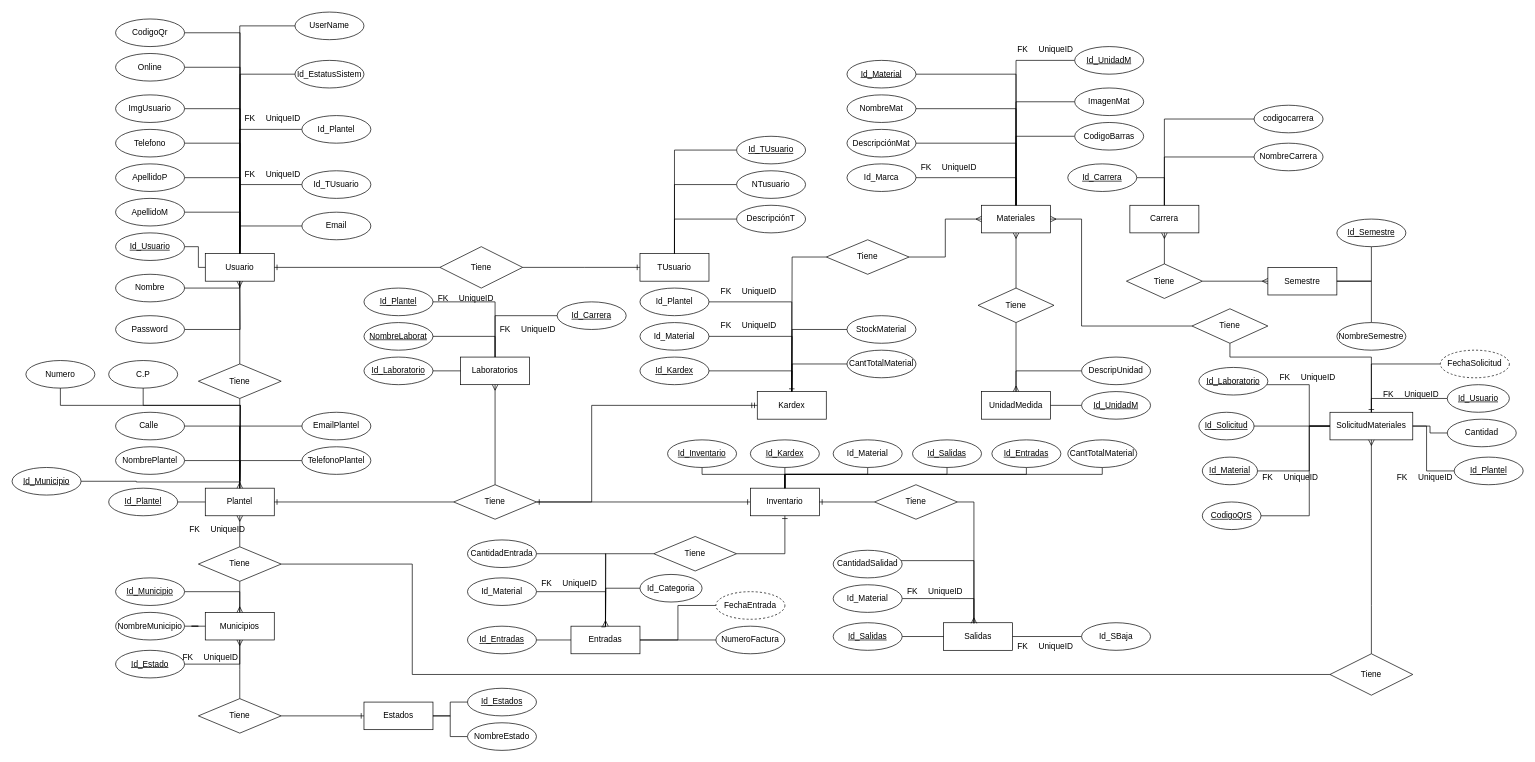
JlchavezG/ContruccionBd keeps this draw.io diagram as page "Modelo_Entidad_Relacion" (1 of 2) of SistemBd/Mysql/Diagrama sin título.drawio. Above is the earlier version. Source tidied: cells renumbered, new cells numbered last; positions are measured from the earlier drawing's top-left corner, leaving out a move shared by most shapes. Both pictures are drawn from the tidied source at 69%, with x=0, y=0 at pixel (12, 12).
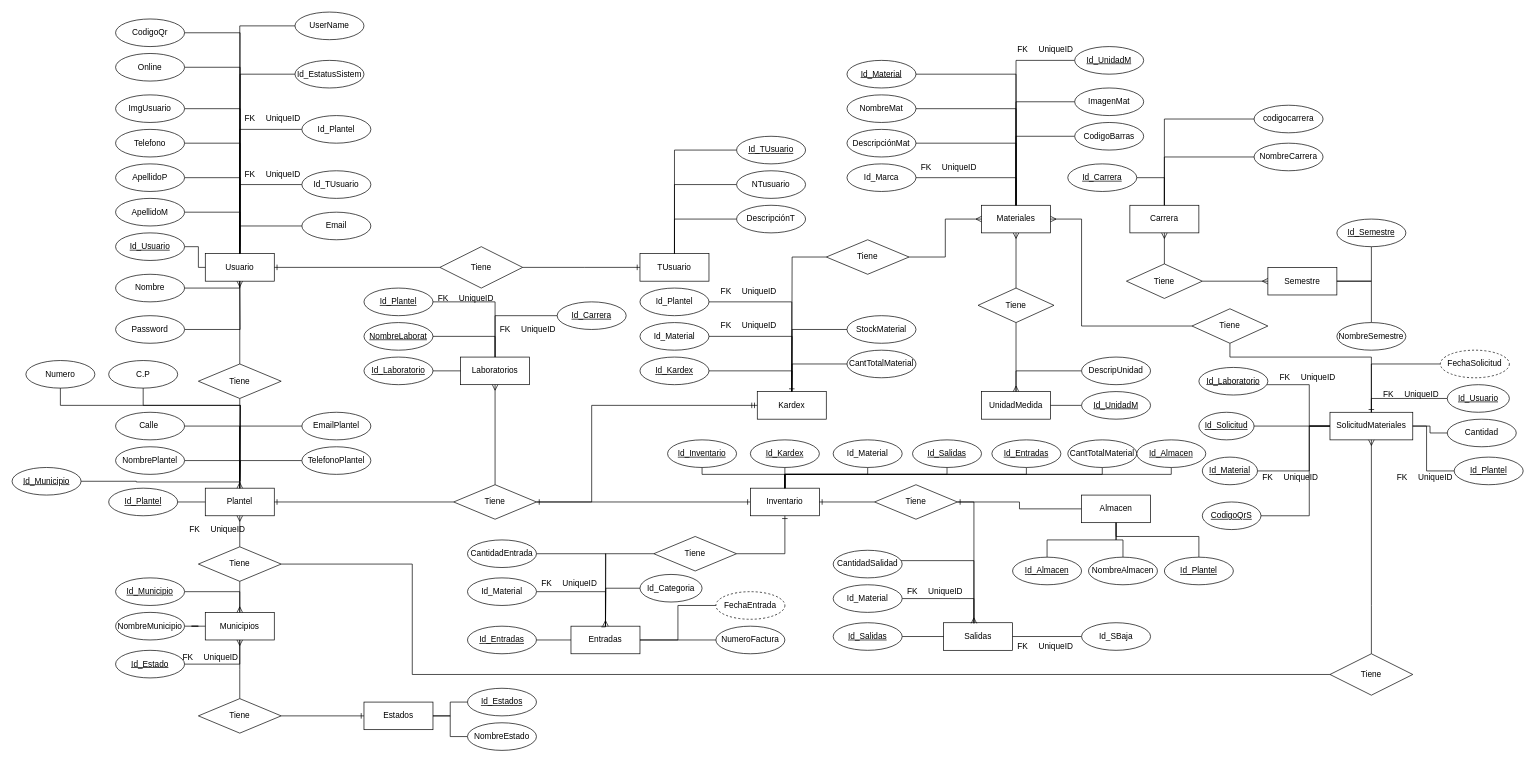
Above is the later version.

Unchanged cells that the change refers to:
```xml
<mxCell id="146" value="Inventario" style="whiteSpace=wrap;html=1;align=center;" parent="1" vertex="1">
  <mxGeometry x="1070" y="690" width="100" height="40" as="geometry" />
</mxCell>
<mxCell id="170" value="Tiene" style="shape=rhombus;perimeter=rhombusPerimeter;whiteSpace=wrap;html=1;align=center;" parent="1" vertex="1">
  <mxGeometry x="1250" y="685" width="120" height="50" as="geometry" />
</mxCell>
```

Diff of the diagram source:
```diff
@@
+    <mxCell id="277" style="edgeStyle=orthogonalEdgeStyle;rounded=0;jettySize=auto;html=1;entryX=1;entryY=0.5;entryDx=0;entryDy=0;endArrow=ERone;endFill=0;" parent="1" edge="1" source="278" target="170">
+      <mxGeometry relative="1" as="geometry" />
+    </mxCell>
+    <mxCell id="278" value="Almacen" style="whiteSpace=wrap;html=1;align=center;" parent="1" vertex="1">
+      <mxGeometry x="1550" y="700" width="100" height="40" as="geometry" />
+    </mxCell>
+    <mxCell id="279" style="edgeStyle=orthogonalEdgeStyle;rounded=0;jettySize=auto;html=1;entryX=0.5;entryY=1;entryDx=0;entryDy=0;endArrow=none;endFill=0;" parent="1" edge="1" source="280" target="278">
+      <mxGeometry relative="1" as="geometry" />
+    </mxCell>
+    <mxCell id="280" value="Id_Almacen" style="ellipse;whiteSpace=wrap;html=1;align=center;fontStyle=4;" parent="1" vertex="1">
+      <mxGeometry x="1450" y="790" width="100" height="40" as="geometry" />
+    </mxCell>
+    <mxCell id="281" style="edgeStyle=orthogonalEdgeStyle;rounded=0;jettySize=auto;html=1;entryX=0.5;entryY=1;entryDx=0;entryDy=0;endArrow=none;endFill=0;" parent="1" edge="1" source="282" target="278">
+      <mxGeometry relative="1" as="geometry" />
+    </mxCell>
+    <mxCell id="282" value="NombreAlmacen" style="ellipse;whiteSpace=wrap;html=1;align=center;" parent="1" vertex="1">
+      <mxGeometry x="1560" y="790" width="100" height="40" as="geometry" />
+    </mxCell>
+    <mxCell id="283" style="edgeStyle=orthogonalEdgeStyle;rounded=0;jettySize=auto;html=1;entryX=0.5;entryY=1;entryDx=0;entryDy=0;endArrow=none;endFill=0;" parent="1" edge="1" source="284" target="278">
+      <mxGeometry relative="1" as="geometry">
+        <Array as="points">
+          <mxPoint x="1720" y="760" />
+          <mxPoint x="1600" y="760" />
+        </Array>
+      </mxGeometry>
+    </mxCell>
+    <mxCell id="284" value="Id_Plantel" style="ellipse;whiteSpace=wrap;html=1;align=center;fontStyle=4;" parent="1" vertex="1">
+      <mxGeometry x="1670" y="790" width="100" height="40" as="geometry" />
+    </mxCell>
+    <mxCell id="285" style="edgeStyle=orthogonalEdgeStyle;rounded=0;jettySize=auto;html=1;entryX=0.5;entryY=0;entryDx=0;entryDy=0;endArrow=none;endFill=0;" parent="1" edge="1" source="286" target="146">
+      <mxGeometry relative="1" as="geometry">
+        <Array as="points">
+          <mxPoint x="1680" y="670" />
+          <mxPoint x="1120" y="670" />
+        </Array>
+      </mxGeometry>
+    </mxCell>
+    <mxCell id="286" value="Id_Almacen" style="ellipse;whiteSpace=wrap;html=1;align=center;fontStyle=4;" parent="1" vertex="1">
+      <mxGeometry x="1630" y="620" width="100" height="40" as="geometry" />
+    </mxCell>
```
